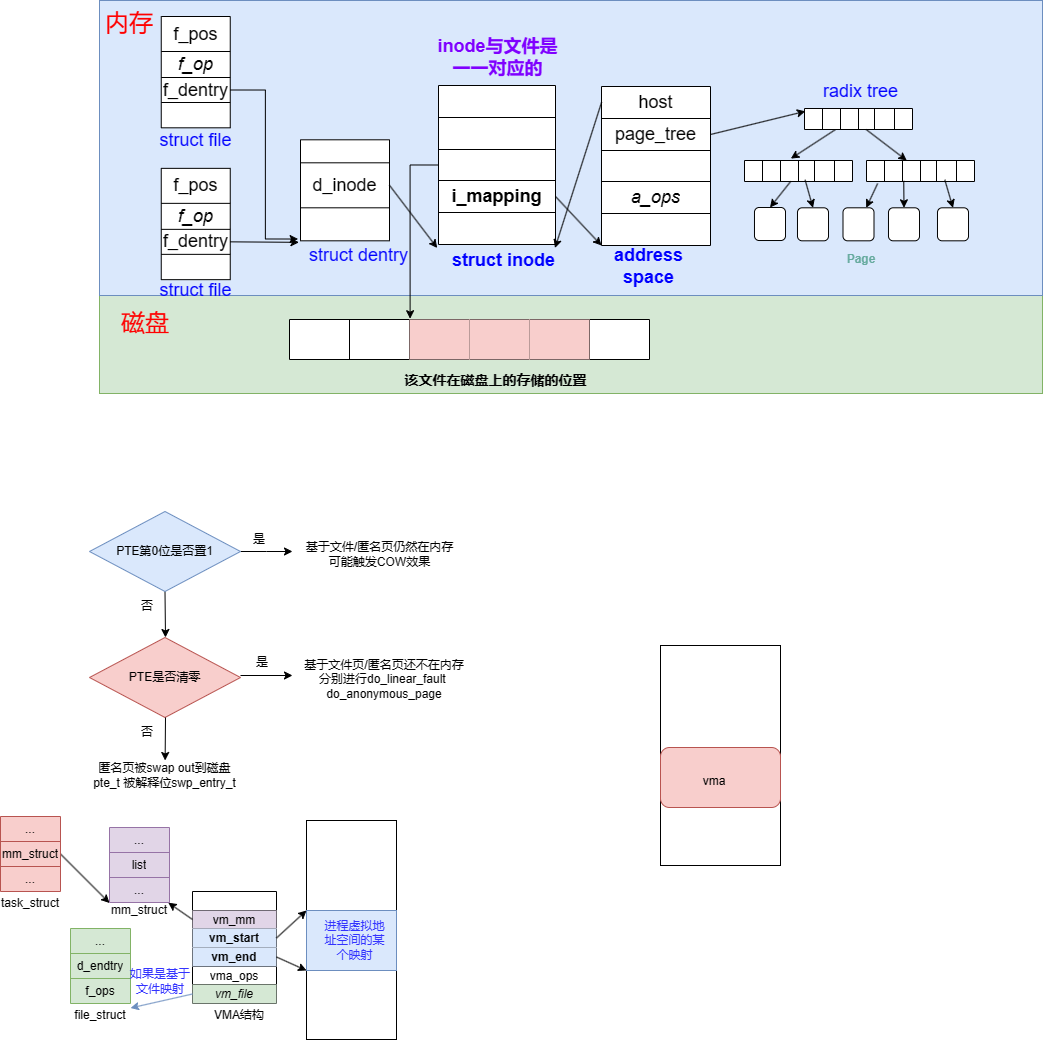
Before: OS/mmap/mmap.drawio.png, a diagram exported from draw.io (SixPlusAndTimes/drawio). Source tidied: cells renumbered, new cells last; positions are measured from the earlier drawing's top-left corner, leaving out a move shared by most shapes.
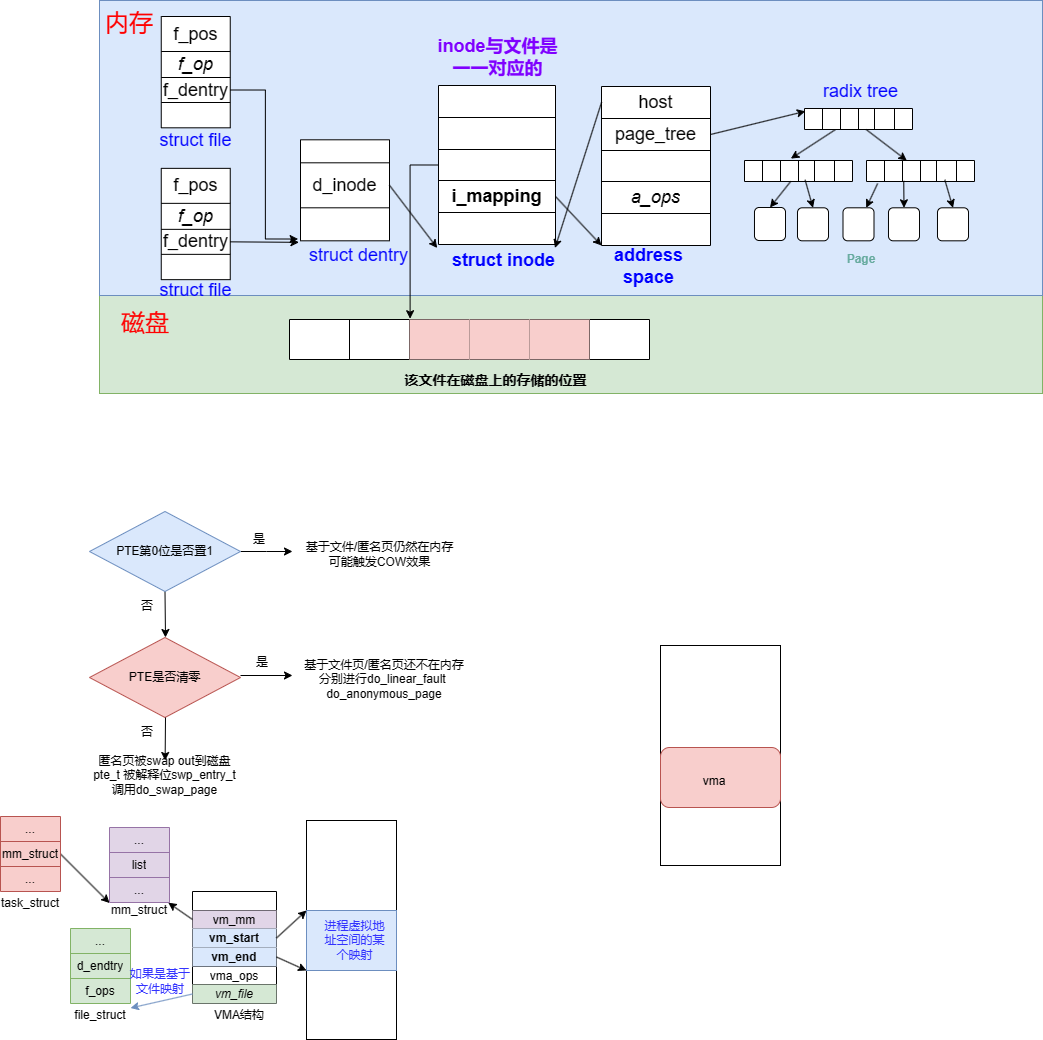
After the change.

Diff of the diagram source:
```diff
@@ -341,7 +341,7 @@
     <mxCell id="111" value="否" style="text;html=1;strokeColor=none;fillColor=none;align=center;verticalAlign=middle;whiteSpace=wrap;rounded=0;" parent="1" vertex="1">
       <mxGeometry x="117" y="717" width="60" height="30" as="geometry" />
     </mxCell>
-    <mxCell id="112" value="匿名页被swap out到磁盘&lt;br&gt;pte_t 被解释位swp_entry_t" style="text;html=1;strokeColor=none;fillColor=none;align=center;verticalAlign=middle;whiteSpace=wrap;rounded=0;" parent="1" vertex="1">
+    <mxCell id="112" value="匿名页被swap out到磁盘&lt;br&gt;pte_t 被解释位swp_entry_t&lt;br&gt;调用do_swap_page" style="text;html=1;strokeColor=none;fillColor=none;align=center;verticalAlign=middle;whiteSpace=wrap;rounded=0;" parent="1" vertex="1">
       <mxGeometry x="80" y="760" width="169" height="30" as="geometry" />
     </mxCell>
     <mxCell id="113" value="&lt;font color=&quot;#0000ff&quot; style=&quot;font-size: 18px;&quot;&gt;struct file&lt;/font&gt;" style="text;html=1;strokeColor=none;fillColor=none;align=center;verticalAlign=middle;whiteSpace=wrap;rounded=0;" parent="1" vertex="1">
```
